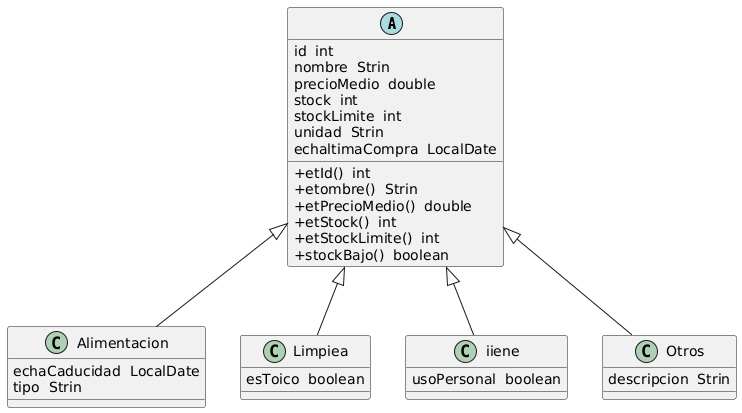
Above: src/main/resources/com/abeltran10/lista_compra/uml/diagrama_uml.png in abeltran10/lista_compra (PlantUML), before the change.
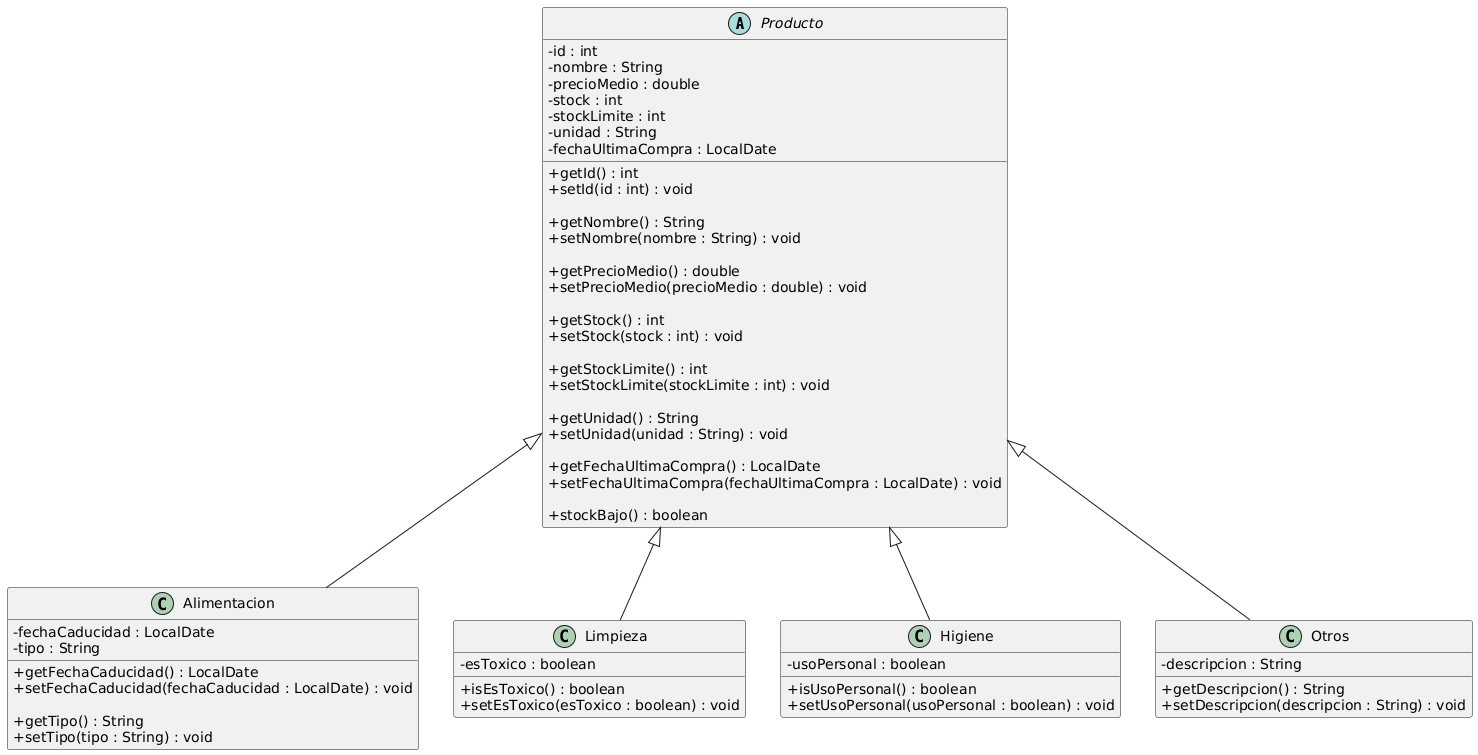
Above is the later version.

The edit, as a diff of the source:
```diff
@@ -11,28 +11,59 @@
     - fechaUltimaCompra : LocalDate
 
     + getId() : int
+    + setId(id : int) : void
+
     + getNombre() : String
+    + setNombre(nombre : String) : void
+
     + getPrecioMedio() : double
+    + setPrecioMedio(precioMedio : double) : void
+
     + getStock() : int
+    + setStock(stock : int) : void
+
     + getStockLimite() : int
+    + setStockLimite(stockLimite : int) : void
+
+    + getUnidad() : String
+    + setUnidad(unidad : String) : void
+
+    + getFechaUltimaCompra() : LocalDate
+    + setFechaUltimaCompra(fechaUltimaCompra : LocalDate) : void
+
     + stockBajo() : boolean
 }
 
 class Alimentacion {
     - fechaCaducidad : LocalDate
     - tipo : String
+
+    + getFechaCaducidad() : LocalDate
+    + setFechaCaducidad(fechaCaducidad : LocalDate) : void
+
+    + getTipo() : String
+    + setTipo(tipo : String) : void
 }
 
 class Limpieza {
     - esToxico : boolean
+
+    + isEsToxico() : boolean
+    + setEsToxico(esToxico : boolean) : void
 }
 
 class Higiene {
     - usoPersonal : boolean
+
+    + isUsoPersonal() : boolean
+    + setUsoPersonal(usoPersonal : boolean) : void
 }
 
 class Otros {
     - descripcion : String
+
+    + getDescripcion() : String
+    + setDescripcion(descripcion : String) : void
 }
 
 Producto <|-- Alimentacion
```
